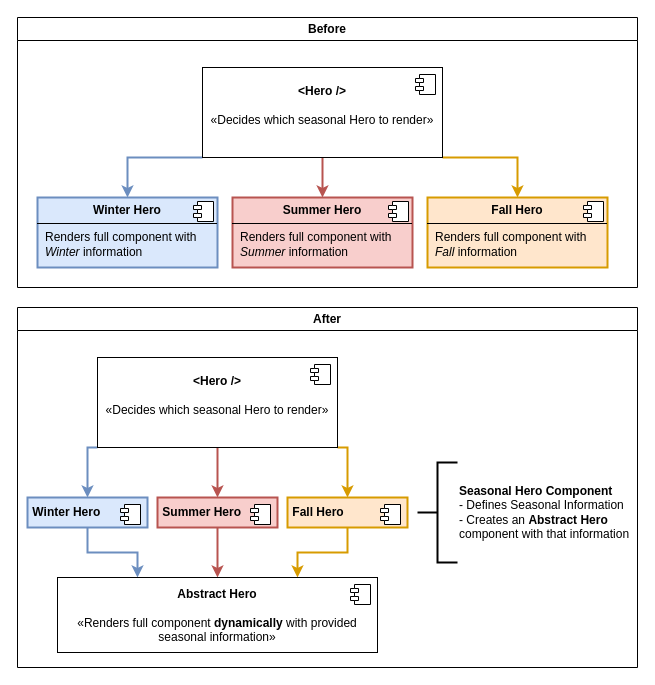
This is Hero Abstraction.drawio from macglencoe/diagrams, a draw.io file, before an edit. Source tidied: cells renumbered, new cells numbered last; positions are measured from the earlier drawing's top-left corner, leaving out a move shared by most shapes. Both pictures are drawn from the tidied source at 100%, with x=0, y=0 at pixel (17, 17).
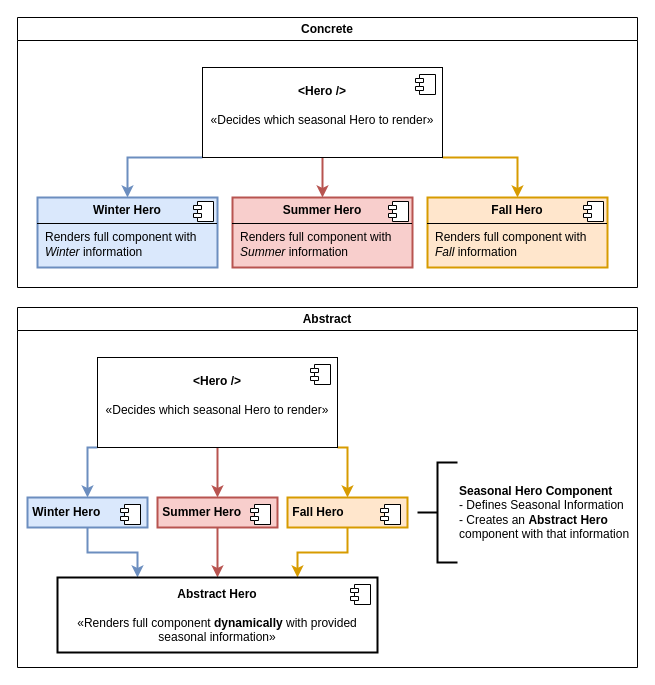
Above is the later version.

Change to the diagram source:
```diff
@@
-    <mxCell id="2" value="Before" style="swimlane;whiteSpace=wrap;html=1;" parent="1" vertex="1">
+    <mxCell id="2" value="Concrete" style="swimlane;whiteSpace=wrap;html=1;" parent="1" vertex="1">
       <mxGeometry width="620" height="270" as="geometry" />
     </mxCell>
@@
-    <mxCell id="14" value="After" style="swimlane;whiteSpace=wrap;html=1;" parent="1" vertex="1">
+    <mxCell id="14" value="Abstract" style="swimlane;whiteSpace=wrap;html=1;" parent="1" vertex="1">
       <mxGeometry y="290" width="620" height="360" as="geometry" />
     </mxCell>
@@
-    <mxCell id="30" value="&lt;div&gt;&lt;b style=&quot;background-color: transparent; color: light-dark(rgb(0, 0, 0), rgb(255, 255, 255));&quot;&gt;Abstract Hero&lt;/b&gt;&lt;/div&gt;&lt;div&gt;&lt;b&gt;&lt;br&gt;&lt;/b&gt;«Renders full component &lt;b&gt;dynamically&lt;/b&gt;&amp;nbsp;with provided seasonal information»&lt;/div&gt;" style="html=1;whiteSpace=wrap;" parent="14" vertex="1">
+    <mxCell id="30" value="&lt;div&gt;&lt;b style=&quot;background-color: transparent; color: light-dark(rgb(0, 0, 0), rgb(255, 255, 255));&quot;&gt;Abstract Hero&lt;/b&gt;&lt;/div&gt;&lt;div&gt;&lt;b&gt;&lt;br&gt;&lt;/b&gt;«Renders full component &lt;b&gt;dynamically&lt;/b&gt;&amp;nbsp;with provided seasonal information»&lt;/div&gt;" style="html=1;whiteSpace=wrap;strokeWidth=2;" parent="14" vertex="1">
       <mxGeometry x="40" y="270" width="320" height="75" as="geometry" />
     </mxCell>
```
